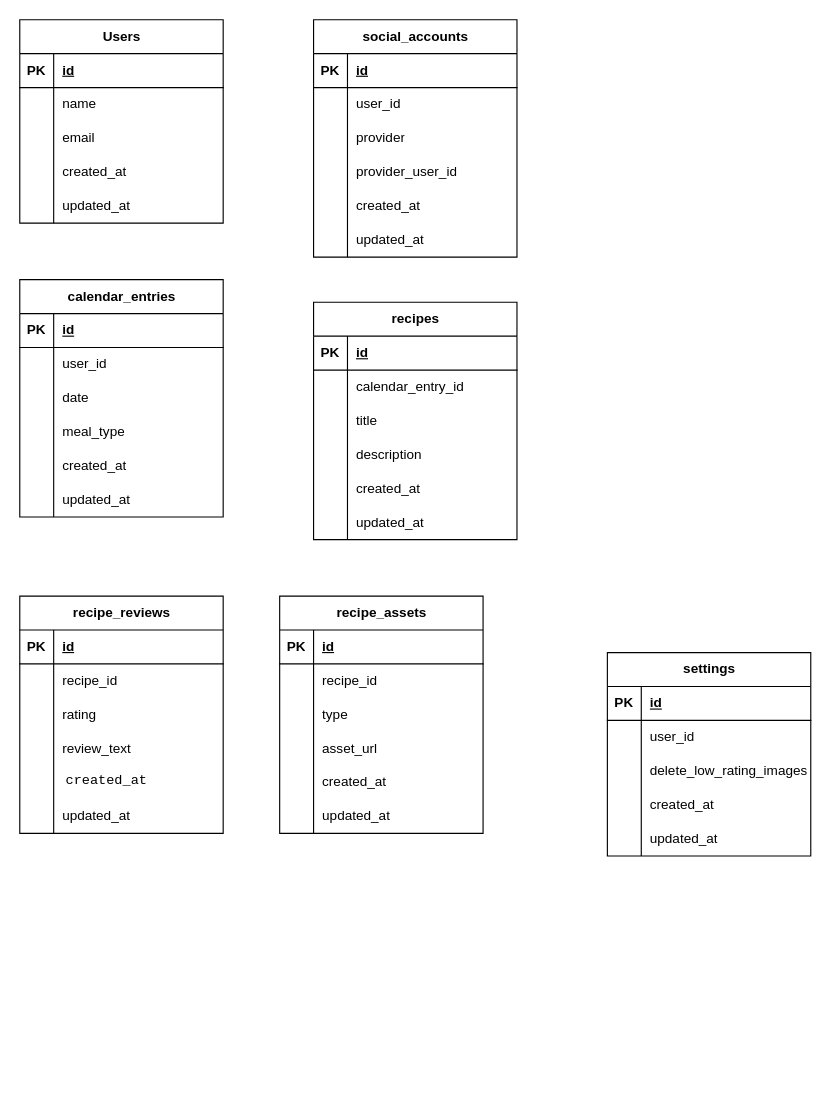
Earlier version of the draw.io diagram docs/er-diagrams/レシピレビューアプリ_ER図.drawio (tomomaru034/recipe_review_app). Source tidied: cells renumbered, new cells numbered last; positions are measured from the earlier drawing's top-left corner, leaving out a move shared by most shapes. Both pictures are drawn from the tidied source at 113%, with x=0, y=0 at pixel (19, 19).
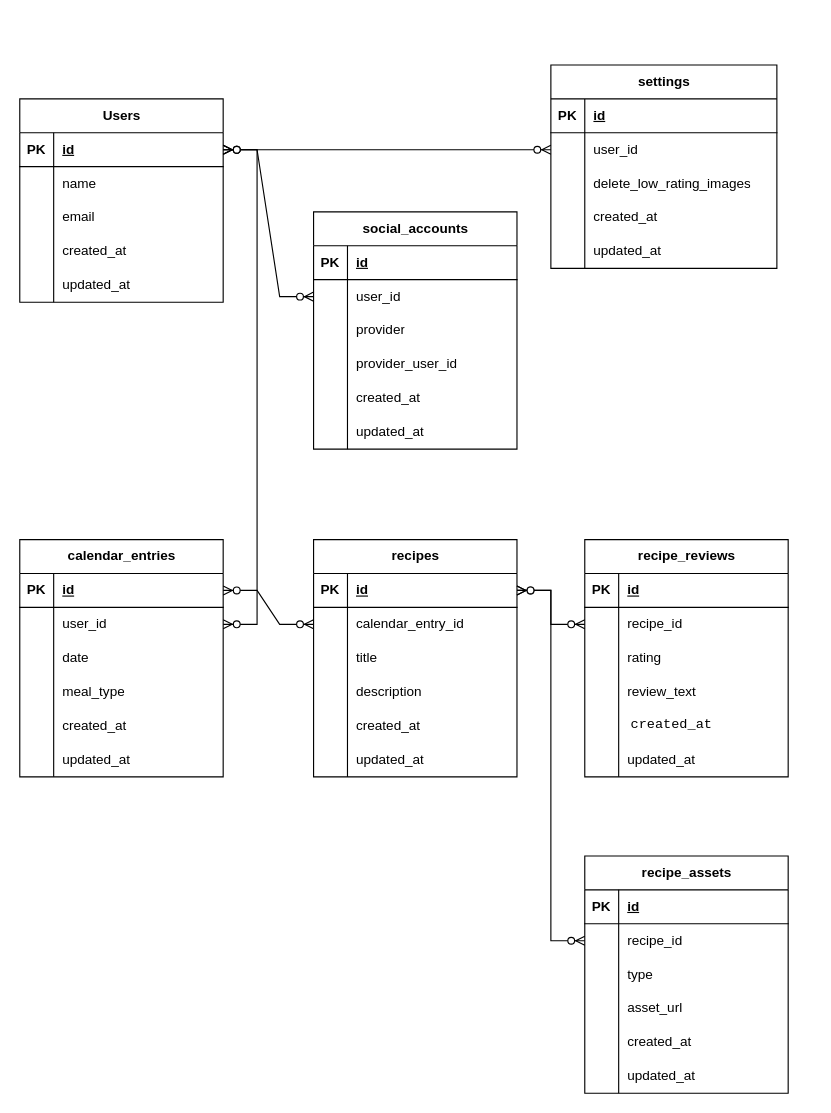
Above is the later version.

Commit message:
レシピレビューアプリ_ER図.drawio を更新します

The change refers to these unchanged cells:
```xml
<mxCell id="3" style="shape=tableRow;horizontal=0;startSize=0;swimlaneHead=0;swimlaneBody=0;fillColor=none;points=[[0,0.5],[1,0.5]];portConstraint=eastwest;top=0;left=0;right=0;bottom=1;" parent="2" vertex="1">
  <mxGeometry y="30" width="180" height="30" as="geometry" />
</mxCell>
<mxCell id="22" style="shape=tableRow;horizontal=0;startSize=0;swimlaneHead=0;swimlaneBody=0;fillColor=none;points=[[0,0.5],[1,0.5]];portConstraint=eastwest;top=0;left=0;right=0;bottom=0;" parent="18" vertex="1">
  <mxGeometry y="60" width="180" height="30" as="geometry" />
</mxCell>
<mxCell id="38" style="shape=tableRow;horizontal=0;startSize=0;swimlaneHead=0;swimlaneBody=0;fillColor=none;points=[[0,0.5],[1,0.5]];portConstraint=eastwest;top=0;left=0;right=0;bottom=1;" parent="37" vertex="1">
  <mxGeometry y="30" width="180" height="30" as="geometry" />
</mxCell>
<mxCell id="41" style="shape=tableRow;horizontal=0;startSize=0;swimlaneHead=0;swimlaneBody=0;fillColor=none;points=[[0,0.5],[1,0.5]];portConstraint=eastwest;top=0;left=0;right=0;bottom=0;" parent="37" vertex="1">
  <mxGeometry y="60" width="180" height="30" as="geometry" />
</mxCell>
<mxCell id="57" style="shape=tableRow;horizontal=0;startSize=0;swimlaneHead=0;swimlaneBody=0;fillColor=none;points=[[0,0.5],[1,0.5]];portConstraint=eastwest;top=0;left=0;right=0;bottom=1;" parent="56" vertex="1">
  <mxGeometry y="30" width="180" height="30" as="geometry" />
</mxCell>
<mxCell id="60" style="shape=tableRow;horizontal=0;startSize=0;swimlaneHead=0;swimlaneBody=0;fillColor=none;points=[[0,0.5],[1,0.5]];portConstraint=eastwest;top=0;left=0;right=0;bottom=0;" parent="56" vertex="1">
  <mxGeometry y="60" width="180" height="30" as="geometry" />
</mxCell>
<mxCell id="79" style="shape=tableRow;horizontal=0;startSize=0;swimlaneHead=0;swimlaneBody=0;fillColor=none;points=[[0,0.5],[1,0.5]];portConstraint=eastwest;top=0;left=0;right=0;bottom=0;" parent="75" vertex="1">
  <mxGeometry y="60" width="180" height="30" as="geometry" />
</mxCell>
<mxCell id="98" style="shape=tableRow;horizontal=0;startSize=0;swimlaneHead=0;swimlaneBody=0;fillColor=none;points=[[0,0.5],[1,0.5]];portConstraint=eastwest;top=0;left=0;right=0;bottom=0;" parent="94" vertex="1">
  <mxGeometry y="60" width="180" height="30" as="geometry" />
</mxCell>
```

What changed in the source:
```diff
@@
     <mxCell id="2" value="Users" style="shape=table;startSize=30;childLayout=tableLayout;rowLines=0;fontStyle=1;align=center;html=1;" parent="1" vertex="1">
-      <mxGeometry width="180" height="180" as="geometry" />
+      <mxGeometry y="70" width="180" height="180" as="geometry" />
     </mxCell>
@@
     <mxCell id="18" value="social_accounts" style="shape=table;startSize=30;childLayout=tableLayout;rowLines=0;fontStyle=1;align=center;html=1;" parent="1" vertex="1">
-      <mxGeometry x="260" width="180" height="210" as="geometry" />
+      <mxGeometry x="260" y="170" width="180" height="210" as="geometry" />
     </mxCell>
@@
     <mxCell id="37" value="calendar_entries" style="shape=table;startSize=30;childLayout=tableLayout;rowLines=0;fontStyle=1;align=center;html=1;" parent="1" vertex="1">
-      <mxGeometry y="230" width="180" height="210" as="geometry" />
+      <mxGeometry y="460" width="180" height="210" as="geometry" />
     </mxCell>
@@
     <mxCell id="56" value="recipes" style="shape=table;startSize=30;childLayout=tableLayout;rowLines=0;fontStyle=1;align=center;html=1;" parent="1" vertex="1">
-      <mxGeometry x="260" y="250" width="180" height="210" as="geometry" />
+      <mxGeometry x="260" y="460" width="180" height="210" as="geometry" />
     </mxCell>
@@
     <mxCell id="75" value="recipe_reviews" style="shape=table;startSize=30;childLayout=tableLayout;rowLines=0;fontStyle=1;align=center;html=1;" parent="1" vertex="1">
-      <mxGeometry y="510" width="180" height="210" as="geometry" />
+      <mxGeometry x="500" y="460" width="180" height="210" as="geometry" />
     </mxCell>
@@
     <mxCell id="94" value="recipe_assets" style="shape=table;startSize=30;childLayout=tableLayout;rowLines=0;fontStyle=1;align=center;html=1;" parent="1" vertex="1">
-      <mxGeometry x="230" y="510" width="180" height="210" as="geometry" />
+      <mxGeometry x="500" y="740" width="180" height="210" as="geometry" />
     </mxCell>
@@
     <mxCell id="113" value="settings" style="shape=table;startSize=30;childLayout=tableLayout;rowLines=0;fontStyle=1;align=center;html=1;" parent="1" vertex="1">
-      <mxGeometry x="520" y="560" width="180" height="180" as="geometry" />
+      <mxGeometry x="470" y="40" width="200" height="180" as="geometry" />
     </mxCell>
     <mxCell id="114" style="shape=tableRow;horizontal=0;startSize=0;swimlaneHead=0;swimlaneBody=0;fillColor=none;top=0;left=0;right=0;bottom=1;" parent="113" vertex="1">
-      <mxGeometry y="30" width="180" height="30" as="geometry" />
+      <mxGeometry y="30" width="200" height="30" as="geometry" />
     </mxCell>
@@
     <mxCell id="116" value="id" style="shape=partialRectangle;fillColor=none;top=0;left=0;bottom=0;right=0;align=left;spacingLeft=6;fontStyle=5;overflow=hidden;whiteSpace=wrap;html=1;" parent="114" vertex="1">
-      <mxGeometry x="30" width="150" height="30" as="geometry" />
+      <mxGeometry x="30" width="170" height="30" as="geometry" />
     </mxCell>
     <mxCell id="117" style="shape=tableRow;horizontal=0;startSize=0;swimlaneHead=0;swimlaneBody=0;fillColor=none;points=[[0,0.5],[1,0.5]];portConstraint=eastwest;top=0;left=0;right=0;bottom=0;" parent="113" vertex="1">
-      <mxGeometry y="60" width="180" height="30" as="geometry" />
+      <mxGeometry y="60" width="200" height="30" as="geometry" />
     </mxCell>
@@
     <mxCell id="119" value="user_id" style="shape=partialRectangle;fillColor=none;top=0;left=0;bottom=0;right=0;align=left;spacingLeft=6;overflow=hidden;whiteSpace=wrap;html=1;" parent="117" vertex="1">
-      <mxGeometry x="30" width="150" height="30" as="geometry" />
+      <mxGeometry x="30" width="170" height="30" as="geometry" />
     </mxCell>
     <mxCell id="120" style="shape=tableRow;horizontal=0;startSize=0;swimlaneHead=0;swimlaneBody=0;fillColor=none;top=0;left=0;right=0;bottom=0;" parent="113" vertex="1">
-      <mxGeometry y="90" width="180" height="30" as="geometry" />
+      <mxGeometry y="90" width="200" height="30" as="geometry" />
     </mxCell>
@@
     <mxCell id="122" value="delete_low_rating_images" style="shape=partialRectangle;fillColor=none;top=0;left=0;bottom=0;right=0;align=left;spacingLeft=6;overflow=hidden;whiteSpace=wrap;html=1;" parent="120" vertex="1">
-      <mxGeometry x="30" width="150" height="30" as="geometry" />
+      <mxGeometry x="30" width="170" height="30" as="geometry" />
     </mxCell>
     <mxCell id="123" style="shape=tableRow;horizontal=0;startSize=0;swimlaneHead=0;swimlaneBody=0;fillColor=none;top=0;left=0;right=0;bottom=0;" parent="113" vertex="1">
-      <mxGeometry y="120" width="180" height="30" as="geometry" />
+      <mxGeometry y="120" width="200" height="30" as="geometry" />
     </mxCell>
@@
     <mxCell id="125" value="created_at" style="shape=partialRectangle;fillColor=none;top=0;left=0;bottom=0;right=0;align=left;spacingLeft=6;overflow=hidden;whiteSpace=wrap;html=1;" parent="123" vertex="1">
-      <mxGeometry x="30" width="150" height="30" as="geometry" />
+      <mxGeometry x="30" width="170" height="30" as="geometry" />
     </mxCell>
     <mxCell id="126" style="shape=tableRow;horizontal=0;startSize=0;swimlaneHead=0;swimlaneBody=0;fillColor=none;top=0;left=0;right=0;bottom=0;" parent="113" vertex="1">
-      <mxGeometry y="150" width="180" height="30" as="geometry" />
+      <mxGeometry y="150" width="200" height="30" as="geometry" />
     </mxCell>
@@
     <mxCell id="128" value="updated_at" style="shape=partialRectangle;fillColor=none;top=0;left=0;bottom=0;right=0;align=left;spacingLeft=6;overflow=hidden;whiteSpace=wrap;html=1;" parent="126" vertex="1">
-      <mxGeometry x="30" width="150" height="30" as="geometry" />
+      <mxGeometry x="30" width="170" height="30" as="geometry" />
     </mxCell>
+    <mxCell id="129" style="edgeStyle=entityRelationEdgeStyle;fontSize=12;html=1;endArrow=ERzeroToMany;endFill=1;startArrow=ERzeroToMany;rounded=0;entryX=0;entryY=0.5;entryDx=0;entryDy=0;exitX=1;exitY=0.5;exitDx=0;exitDy=0;" parent="1" edge="1" source="3" target="22">
+      <mxGeometry relative="1" as="geometry" />
+    </mxCell>
+    <mxCell id="130" style="edgeStyle=entityRelationEdgeStyle;fontSize=12;html=1;endArrow=ERzeroToMany;endFill=1;startArrow=ERzeroToMany;rounded=0;entryX=0;entryY=0.5;entryDx=0;entryDy=0;exitX=1;exitY=0.5;exitDx=0;exitDy=0;" parent="1" edge="1" source="3" target="117">
+      <mxGeometry relative="1" as="geometry">
+        <Array as="points">
+          <mxPoint x="190" y="90" />
+          <mxPoint x="480" y="110" />
+          <mxPoint x="320" y="80" />
+          <mxPoint x="370" y="140" />
+          <mxPoint x="390" y="125" />
+          <mxPoint x="450" y="160" />
+          <mxPoint x="450" y="90" />
+        </Array>
+      </mxGeometry>
+    </mxCell>
+    <mxCell id="131" style="edgeStyle=entityRelationEdgeStyle;fontSize=12;html=1;endArrow=ERzeroToMany;endFill=1;startArrow=ERzeroToMany;rounded=0;entryDx=0;entryDy=0;exitDx=0;exitDy=0;entryX=1;entryY=0.5;exitX=1;exitY=0.5;" parent="1" edge="1" source="41" target="3">
+      <mxGeometry relative="1" as="geometry" />
+    </mxCell>
+    <mxCell id="132" style="edgeStyle=entityRelationEdgeStyle;fontSize=12;html=1;endArrow=ERzeroToMany;endFill=1;startArrow=ERzeroToMany;rounded=0;exitX=1;exitY=0.5;exitDx=0;exitDy=0;entryX=0;entryY=0.5;entryDx=0;entryDy=0;" parent="1" edge="1" source="38" target="60">
+      <mxGeometry relative="1" as="geometry">
+        <Array as="points">
+          <mxPoint x="230" y="520" />
+        </Array>
+      </mxGeometry>
+    </mxCell>
+    <mxCell id="133" style="edgeStyle=entityRelationEdgeStyle;fontSize=12;html=1;endArrow=ERzeroToMany;endFill=1;startArrow=ERzeroToMany;rounded=0;exitX=1;exitY=0.5;exitDx=0;exitDy=0;entryX=0;entryY=0.5;entryDx=0;entryDy=0;" parent="1" edge="1" source="57" target="79">
+      <mxGeometry relative="1" as="geometry" />
+    </mxCell>
+    <mxCell id="134" style="edgeStyle=entityRelationEdgeStyle;fontSize=12;html=1;endArrow=ERzeroToMany;endFill=1;startArrow=ERzeroToMany;rounded=0;entryX=0;entryY=0.5;entryDx=0;entryDy=0;" parent="1" edge="1" target="98">
+      <mxGeometry relative="1" as="geometry">
+        <mxPoint x="440" y="505" as="sourcePoint" />
+      </mxGeometry>
+    </mxCell>
```
